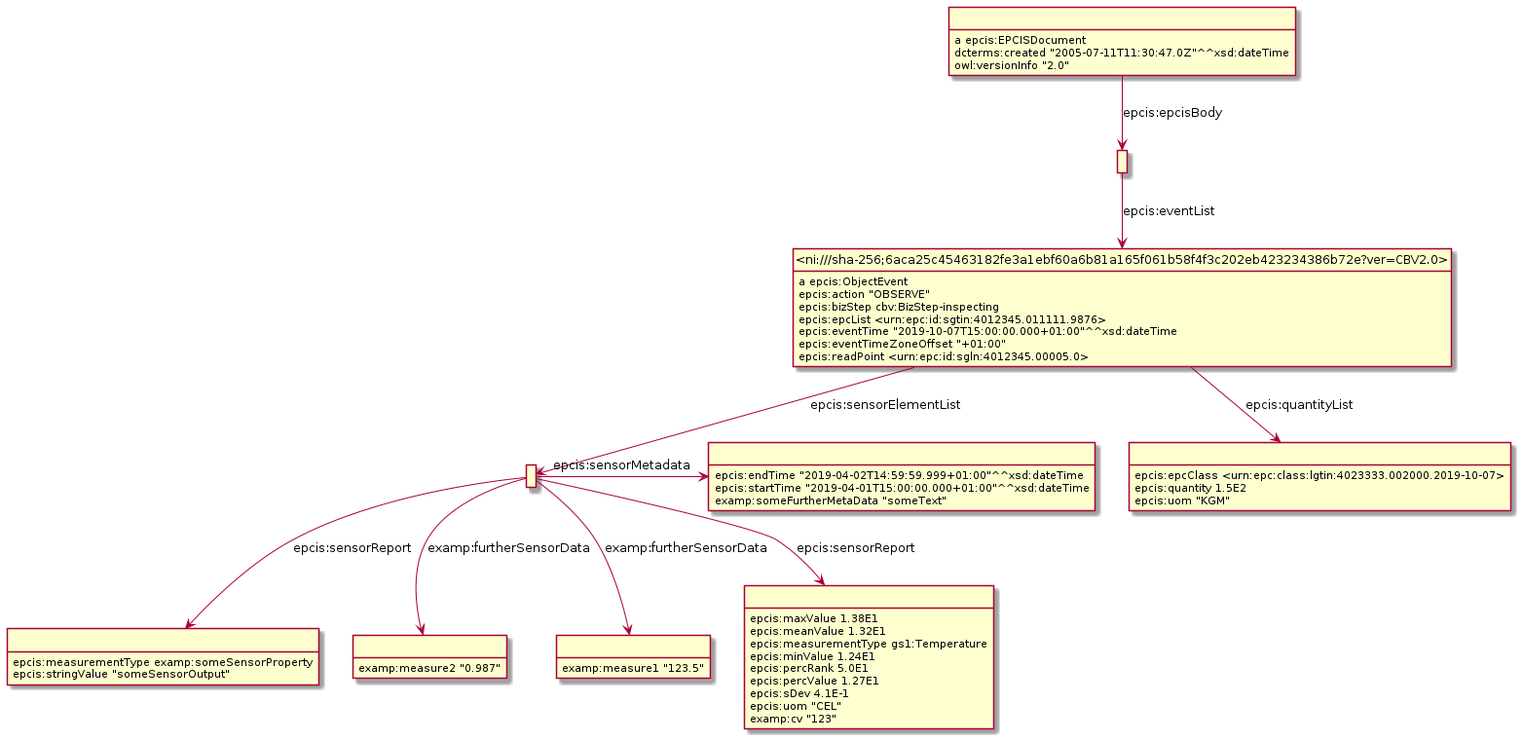
The PlantUML diagram Diagrams/WithSensorData/SensorDataExample6.png in gs1/EPCIS, before a commit.
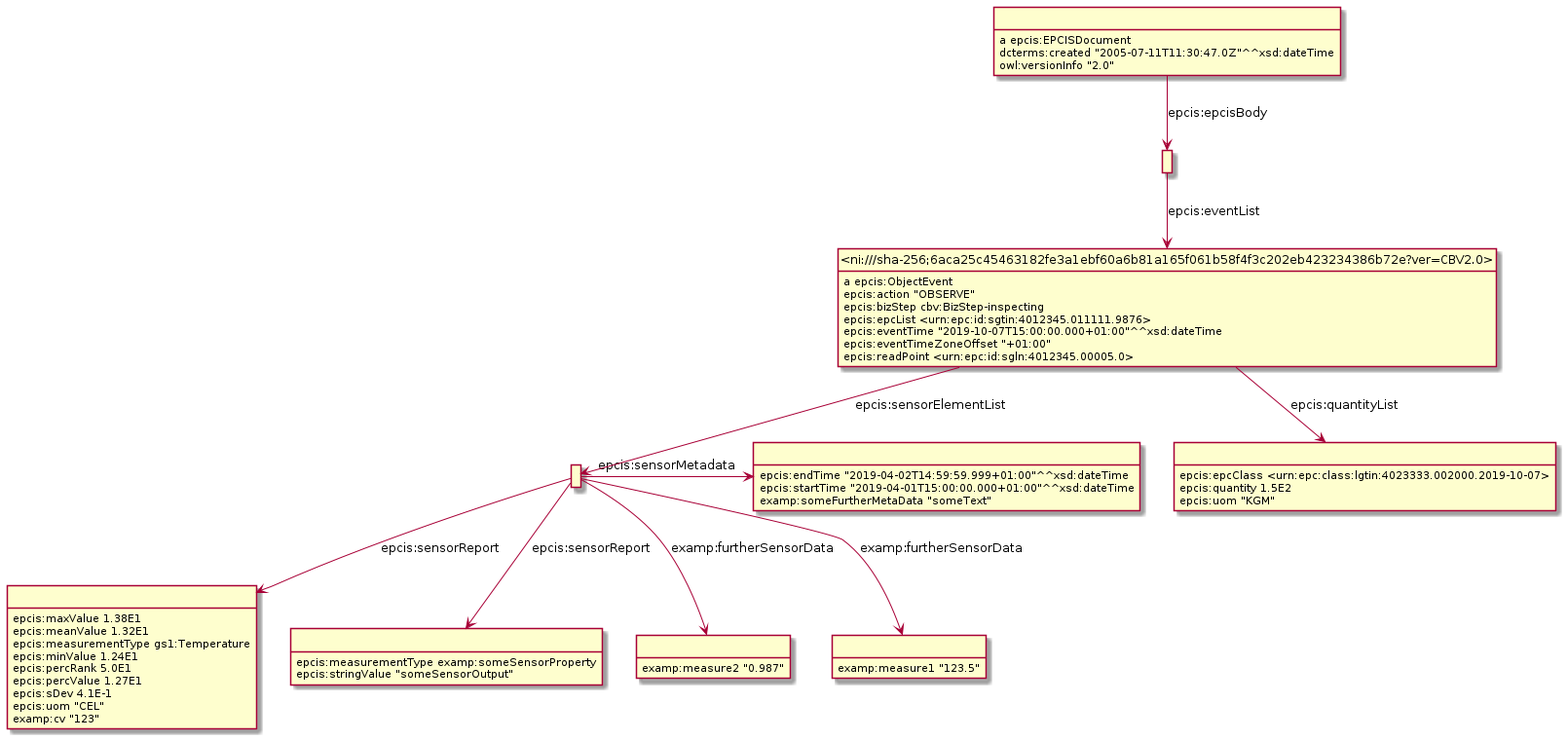
The same file after the commit.

The edit, as a diff of the source:
```diff
@@ -3,52 +3,52 @@
 hide empty attributes
 hide circle
 skinparam classAttributeIconSize 0
-class _r1631887416r1_ as " "
+class _r1631889707r1_ as " "
 class _ni_sha_256_6aca25c45463182fe3a1ebf60a6b81a165f061b58f4f3c202eb423234386b72e_ver_CBV2_0_ as "<ni:///sha-256;6aca25c45463182fe3a1ebf60a6b81a165f061b58f4f3c202eb423234386b72e?ver=CBV2.0>"
-_r1631887416r1_ -down-> _ni_sha_256_6aca25c45463182fe3a1ebf60a6b81a165f061b58f4f3c202eb423234386b72e_ver_CBV2_0_ : epcis:eventList
+_r1631889707r1_ -down-> _ni_sha_256_6aca25c45463182fe3a1ebf60a6b81a165f061b58f4f3c202eb423234386b72e_ver_CBV2_0_ : epcis:eventList
+class _r1631889707r2_ as " "
+_r1631889707r2_ : epcis:epcClass <urn:epc:class:lgtin:4023333.002000.2019-10-07>
+_r1631889707r2_ : epcis:quantity 1.5E2
+_r1631889707r2_ : epcis:uom "KGM"
+class _r1631889707r8_ as " "
+_r1631889707r8_ : epcis:maxValue 1.38E1
+_r1631889707r8_ : epcis:meanValue 1.32E1
+_r1631889707r8_ : epcis:measurementType gs1:Temperature
+_r1631889707r8_ : epcis:minValue 1.24E1
+_r1631889707r8_ : epcis:percRank 5.0E1
+_r1631889707r8_ : epcis:percValue 1.27E1
+_r1631889707r8_ : epcis:sDev 4.1E-1
+_r1631889707r8_ : epcis:uom "CEL"
+_r1631889707r8_ : examp:cv "123"
+class _r1631889707r6_ as " "
+_r1631889707r6_ : epcis:endTime "2019-04-02T14:59:59.999+01:00"^^xsd:dateTime
+_r1631889707r6_ : epcis:startTime "2019-04-01T15:00:00.000+01:00"^^xsd:dateTime
+_r1631889707r6_ : examp:someFurtherMetaData "someText"
+class _r1631889707r3_ as " "
+class _r1631889707r7_ as " "
+_r1631889707r3_ -down-> _r1631889707r7_ : epcis:sensorReport
+_r1631889707r3_ -right-> _r1631889707r6_ : epcis:sensorMetadata
+_r1631889707r3_ -down-> _r1631889707r8_ : epcis:sensorReport
+class _r1631889707r4_ as " "
+_r1631889707r3_ -down-> _r1631889707r4_ : examp:furtherSensorData
+class _r1631889707r5_ as " "
+_r1631889707r3_ -down-> _r1631889707r5_ : examp:furtherSensorData
 _ni_sha_256_6aca25c45463182fe3a1ebf60a6b81a165f061b58f4f3c202eb423234386b72e_ver_CBV2_0_ : a epcis:ObjectEvent
-class _r1631887416r3_ as " "
-_ni_sha_256_6aca25c45463182fe3a1ebf60a6b81a165f061b58f4f3c202eb423234386b72e_ver_CBV2_0_ -down-> _r1631887416r3_ : epcis:sensorElementList
-class _r1631887416r2_ as " "
-_ni_sha_256_6aca25c45463182fe3a1ebf60a6b81a165f061b58f4f3c202eb423234386b72e_ver_CBV2_0_ -down-> _r1631887416r2_ : epcis:quantityList
+_ni_sha_256_6aca25c45463182fe3a1ebf60a6b81a165f061b58f4f3c202eb423234386b72e_ver_CBV2_0_ -down-> _r1631889707r3_ : epcis:sensorElementList
+_ni_sha_256_6aca25c45463182fe3a1ebf60a6b81a165f061b58f4f3c202eb423234386b72e_ver_CBV2_0_ -down-> _r1631889707r2_ : epcis:quantityList
 _ni_sha_256_6aca25c45463182fe3a1ebf60a6b81a165f061b58f4f3c202eb423234386b72e_ver_CBV2_0_ : epcis:action "OBSERVE"
 _ni_sha_256_6aca25c45463182fe3a1ebf60a6b81a165f061b58f4f3c202eb423234386b72e_ver_CBV2_0_ : epcis:bizStep cbv:BizStep-inspecting
 _ni_sha_256_6aca25c45463182fe3a1ebf60a6b81a165f061b58f4f3c202eb423234386b72e_ver_CBV2_0_ : epcis:epcList <urn:epc:id:sgtin:4012345.011111.9876>
 _ni_sha_256_6aca25c45463182fe3a1ebf60a6b81a165f061b58f4f3c202eb423234386b72e_ver_CBV2_0_ : epcis:eventTime "2019-10-07T15:00:00.000+01:00"^^xsd:dateTime
 _ni_sha_256_6aca25c45463182fe3a1ebf60a6b81a165f061b58f4f3c202eb423234386b72e_ver_CBV2_0_ : epcis:eventTimeZoneOffset "+01:00"
 _ni_sha_256_6aca25c45463182fe3a1ebf60a6b81a165f061b58f4f3c202eb423234386b72e_ver_CBV2_0_ : epcis:readPoint <urn:epc:id:sgln:4012345.00005.0>
-class _r1631887416r7_ as " "
-_r1631887416r7_ : epcis:measurementType examp:someSensorProperty
-_r1631887416r7_ : epcis:stringValue "someSensorOutput"
-class _r1631887416r4_ as " "
-_r1631887416r4_ : examp:measure2 "0.987"
-class _r1631887416r5_ as " "
-_r1631887416r5_ : examp:measure1 "123.5"
-class _r1631887416r8_ as " "
-_r1631887416r8_ : epcis:maxValue 1.38E1
-_r1631887416r8_ : epcis:meanValue 1.32E1
-_r1631887416r8_ : epcis:measurementType gs1:Temperature
-_r1631887416r8_ : epcis:minValue 1.24E1
-_r1631887416r8_ : epcis:percRank 5.0E1
-_r1631887416r8_ : epcis:percValue 1.27E1
-_r1631887416r8_ : epcis:sDev 4.1E-1
-_r1631887416r8_ : epcis:uom "CEL"
-_r1631887416r8_ : examp:cv "123"
-class _r1631887416r0_ as " "
-_r1631887416r0_ : a epcis:EPCISDocument
-_r1631887416r0_ -down-> _r1631887416r1_ : epcis:epcisBody
-_r1631887416r0_ : dcterms:created "2005-07-11T11:30:47.0Z"^^xsd:dateTime
-_r1631887416r0_ : owl:versionInfo "2.0"
-class _r1631887416r6_ as " "
-_r1631887416r6_ : epcis:endTime "2019-04-02T14:59:59.999+01:00"^^xsd:dateTime
-_r1631887416r6_ : epcis:startTime "2019-04-01T15:00:00.000+01:00"^^xsd:dateTime
-_r1631887416r6_ : examp:someFurtherMetaData "someText"
-_r1631887416r3_ -down-> _r1631887416r4_ : examp:furtherSensorData
-_r1631887416r3_ -down-> _r1631887416r5_ : examp:furtherSensorData
-_r1631887416r3_ -right-> _r1631887416r6_ : epcis:sensorMetadata
-_r1631887416r3_ -down-> _r1631887416r8_ : epcis:sensorReport
-_r1631887416r3_ -down-> _r1631887416r7_ : epcis:sensorReport
-_r1631887416r2_ : epcis:epcClass <urn:epc:class:lgtin:4023333.002000.2019-10-07>
-_r1631887416r2_ : epcis:quantity 1.5E2
-_r1631887416r2_ : epcis:uom "KGM"
+_r1631889707r4_ : examp:measure2 "0.987"
+_r1631889707r5_ : examp:measure1 "123.5"
+class _r1631889707r0_ as " "
+_r1631889707r0_ : a epcis:EPCISDocument
+_r1631889707r0_ -down-> _r1631889707r1_ : epcis:epcisBody
+_r1631889707r0_ : dcterms:created "2005-07-11T11:30:47.0Z"^^xsd:dateTime
+_r1631889707r0_ : owl:versionInfo "2.0"
+_r1631889707r7_ : epcis:measurementType examp:someSensorProperty
+_r1631889707r7_ : epcis:stringValue "someSensorOutput"
 @enduml
```
